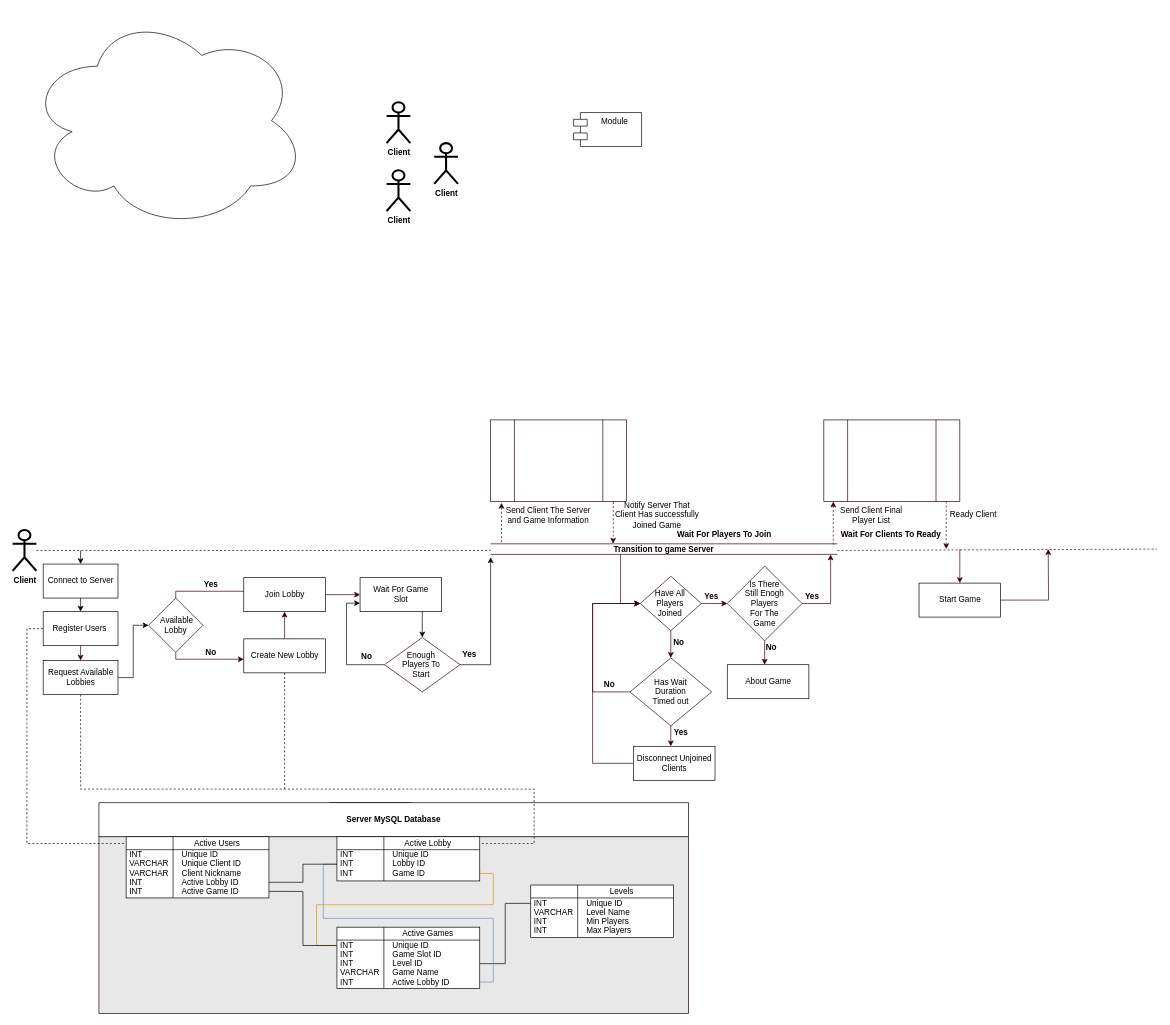
This is Server 2.drawio from Ashley-Sands/Comp-260, a draw.io file, before an edit. Source tidied: cells renumbered, new cells numbered last; positions are measured from the earlier drawing's top-left corner, leaving out a move shared by most shapes. Both pictures are drawn from the tidied source at 68%, with x=0, y=0 at pixel (12, 12).
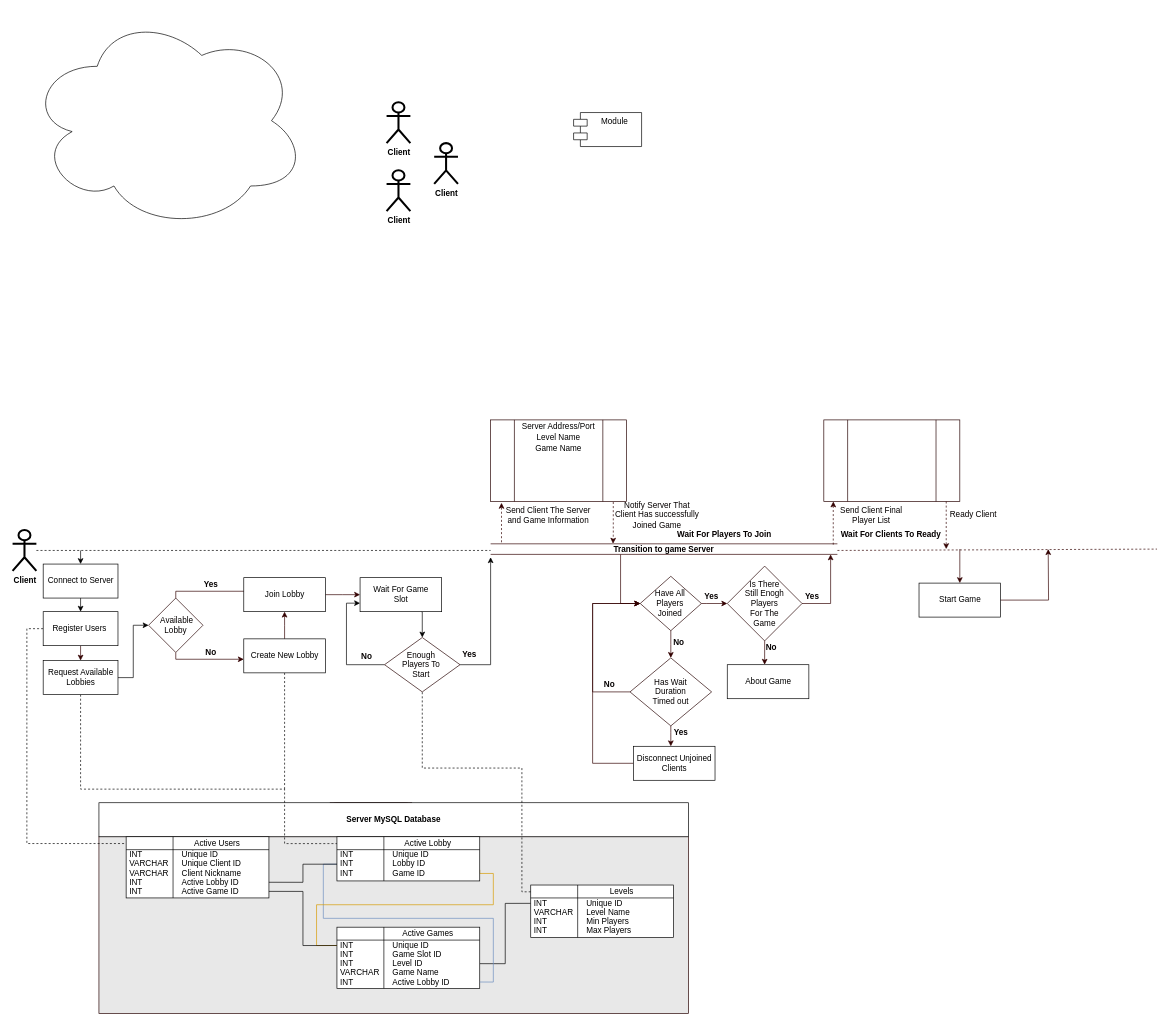
The same page after the edit.

Commit message:
added server to client message

The change refers to these unchanged cells:
```xml
<mxCell id="59" style="rhombus;whiteSpace=wrap;html=1;rounded=0;glass=0;strokeColor=#260000;fillColor=#ffffff;fontColor=#FF0000;align=left;" parent="1" vertex="1">
  <mxGeometry x="547" y="920" width="111" height="80" as="geometry" />
</mxCell>
<mxCell id="115" value="Request Available &lt;br&gt;Lobbies" style="html=1;strokeWidth=1;align=center;" parent="63" vertex="1">
  <mxGeometry x="45" y="954" width="110" height="50" as="geometry" />
</mxCell>
<mxCell id="118" style="shape=internalStorage;whiteSpace=wrap;html=1;backgroundOutline=1;strokeWidth=1;align=center;dx=69;dy=19;" parent="117" vertex="1">
  <mxGeometry width="210" height="77" as="geometry" />
</mxCell>
<mxCell id="137" style="shape=internalStorage;whiteSpace=wrap;html=1;backgroundOutline=1;strokeWidth=1;align=center;dx=69;dy=19;" parent="136" vertex="1">
  <mxGeometry width="210" height="65" as="geometry" />
</mxCell>
<mxCell id="138" value="Active Lobby" style="text;html=1;strokeColor=none;fillColor=none;align=center;verticalAlign=middle;whiteSpace=wrap;rounded=0;" parent="136" vertex="1">
  <mxGeometry x="56.5" width="153.5" height="20" as="geometry" />
</mxCell>
```

What changed in the source:
```diff
@@
+    <mxCell id="156" value="Server Address/Port" style="text;html=1;strokeColor=none;fillColor=none;align=center;verticalAlign=middle;whiteSpace=wrap;rounded=0;" parent="1" vertex="1">
+      <mxGeometry x="739" y="600" width="128" height="20" as="geometry" />
+    </mxCell>
+    <mxCell id="157" value="Level Name" style="text;html=1;strokeColor=none;fillColor=none;align=center;verticalAlign=middle;whiteSpace=wrap;rounded=0;" parent="1" vertex="1">
+      <mxGeometry x="739" y="616" width="128" height="20" as="geometry" />
+    </mxCell>
+    <mxCell id="158" value="Game Name" style="text;html=1;strokeColor=none;fillColor=none;align=center;verticalAlign=middle;whiteSpace=wrap;rounded=0;" parent="1" vertex="1">
+      <mxGeometry x="739" y="632" width="128" height="20" as="geometry" />
+    </mxCell>
@@
-    <mxCell id="114" style="edgeStyle=orthogonalEdgeStyle;rounded=0;jettySize=auto;html=1;exitX=0.5;exitY=1;exitDx=0;exitDy=0;startArrow=none;startFill=0;endArrow=none;endFill=0;strokeColor=#330000;fontColor=#FF0000;dashed=1;entryX=1;entryY=0.5;entryDx=0;entryDy=0;" parent="63" edge="1" source="115" target="138">
+    <mxCell id="114" style="edgeStyle=orthogonalEdgeStyle;rounded=0;jettySize=auto;html=1;exitX=0.5;exitY=1;exitDx=0;exitDy=0;startArrow=none;startFill=0;endArrow=none;endFill=0;strokeColor=#000000;fontColor=#FF0000;dashed=1;entryX=0.007;entryY=0.155;entryDx=0;entryDy=0;entryPerimeter=0;" parent="63" edge="1" source="115" target="137">
       <mxGeometry relative="1" as="geometry">
         <Array as="points">
           <mxPoint x="100" y="1143" />
-          <mxPoint x="767" y="1143" />
-          <mxPoint x="767" y="1223" />
+          <mxPoint x="400" y="1143" />
+          <mxPoint x="400" y="1223" />
         </Array>
       </mxGeometry>
     </mxCell>
@@
+    <mxCell id="159" style="edgeStyle=orthogonalEdgeStyle;rounded=0;jettySize=auto;html=1;dashed=1;endArrow=none;endFill=0;strokeColor=#000000;entryX=0.5;entryY=1;entryDx=0;entryDy=0;" parent="152" edge="1" source="118" target="59">
+      <mxGeometry relative="1" as="geometry">
+        <Array as="points">
+          <mxPoint x="749" y="1294" />
+          <mxPoint x="749" y="1112" />
+          <mxPoint x="602" y="1112" />
+        </Array>
+      </mxGeometry>
+    </mxCell>
```
